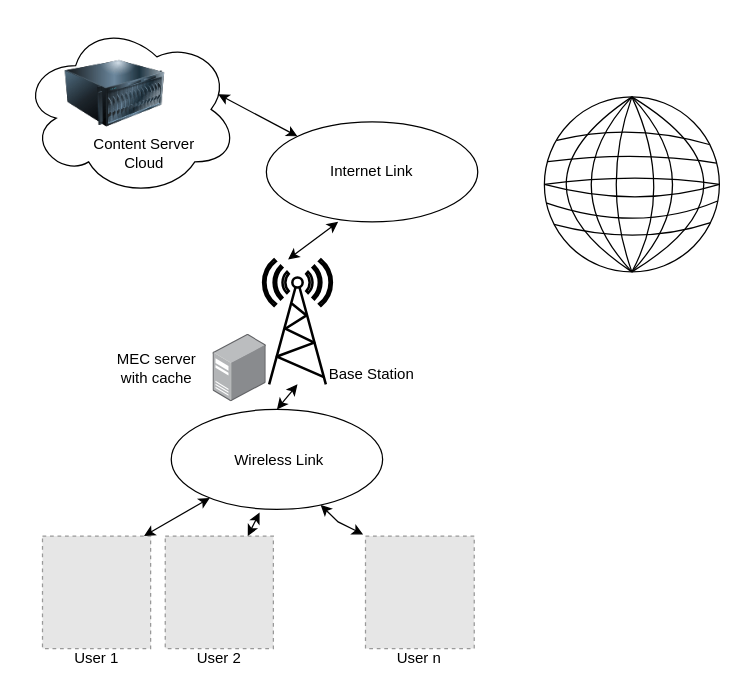
gughets/mrleo keeps this draw.io diagram as ICC2024.drawio. Above is the earlier version. Source tidied: cells renumbered, new cells numbered last; positions are measured from the earlier drawing's top-left corner, leaving out a move shared by most shapes. Both pictures are drawn from the tidied source at 125%, with x=0, y=0 at pixel (21, 21). Pictures stored in the file or linked from it are replaced by grey dashed boxes.
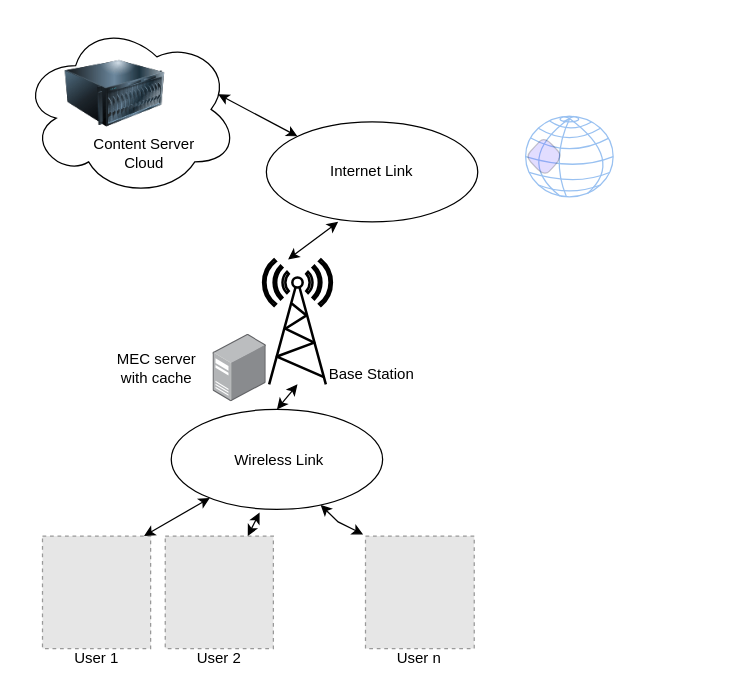
The same diagram, later.

What changed in the source:
```diff
@@
+    <mxCell id="38" style="ellipse;whiteSpace=wrap;html=1;strokeColor=#99C1F1;" parent="1" vertex="1">
+      <mxGeometry x="403" y="75.5" width="70" height="64.5" as="geometry" />
+    </mxCell>
@@
-    <mxCell id="25" style="ellipse;whiteSpace=wrap;html=1;rounded=0;" parent="1" vertex="1">
-      <mxGeometry x="418" y="60" width="140" height="140" as="geometry" />
-    </mxCell>
-    <mxCell id="26" style="endArrow=none;html=1;rounded=0;entryX=0.5;entryY=0;entryDx=0;entryDy=0;exitX=0.5;exitY=1;exitDx=0;exitDy=0;edgeStyle=orthogonalEdgeStyle;curved=1;" parent="1" edge="1" source="25" target="25">
-      <mxGeometry relative="1" as="geometry">
-        <Array as="points">
-          <mxPoint x="423" y="130" />
-        </Array>
-      </mxGeometry>
-    </mxCell>
-    <mxCell id="27" style="endArrow=none;html=1;rounded=0;entryX=0.5;entryY=1;entryDx=0;entryDy=0;exitX=0.5;exitY=0;exitDx=0;exitDy=0;elbow=vertical;edgeStyle=orthogonalEdgeStyle;curved=1;" parent="1" edge="1" source="25" target="25">
-      <mxGeometry relative="1" as="geometry">
-        <Array as="points">
-          <mxPoint x="383" y="130" />
-        </Array>
-      </mxGeometry>
-    </mxCell>
-    <mxCell id="28" style="endArrow=none;html=1;rounded=0;entryX=0.5;entryY=0;entryDx=0;entryDy=0;exitX=0.5;exitY=1;exitDx=0;exitDy=0;edgeStyle=orthogonalEdgeStyle;curved=1;" parent="1" edge="1" source="25" target="25">
-      <mxGeometry relative="1" as="geometry">
-        <Array as="points">
-          <mxPoint x="603" y="130" />
-        </Array>
-      </mxGeometry>
-    </mxCell>
-    <mxCell id="29" style="endArrow=none;html=1;entryX=0.5;entryY=0;entryDx=0;entryDy=0;exitX=0.5;exitY=1;exitDx=0;exitDy=0;curved=1;rounded=0;" parent="1" edge="1" source="25" target="25">
-      <mxGeometry relative="1" as="geometry">
-        <Array as="points">
-          <mxPoint x="553" y="130" />
-        </Array>
-      </mxGeometry>
-    </mxCell>
-    <mxCell id="30" style="endArrow=none;html=1;entryX=0.5;entryY=1;entryDx=0;entryDy=0;curved=1;exitX=0.5;exitY=0;exitDx=0;exitDy=0;" parent="1" edge="1" source="25" target="25">
-      <mxGeometry relative="1" as="geometry">
-        <Array as="points">
-          <mxPoint x="463" y="130" />
-        </Array>
-      </mxGeometry>
-    </mxCell>
-    <mxCell id="31" style="endArrow=none;html=1;entryX=0.5;entryY=1;entryDx=0;entryDy=0;curved=1;exitX=0.5;exitY=0;exitDx=0;exitDy=0;" parent="1" edge="1" source="25" target="25">
-      <mxGeometry relative="1" as="geometry">
-        <Array as="points">
-          <mxPoint x="523" y="135" />
-        </Array>
-      </mxGeometry>
-    </mxCell>
-    <mxCell id="32" style="endArrow=none;html=1;entryX=1;entryY=0.5;entryDx=0;entryDy=0;exitX=0;exitY=0.5;exitDx=0;exitDy=0;curved=1;" parent="1" edge="1" source="25" target="25">
-      <mxGeometry relative="1" as="geometry">
-        <Array as="points">
-          <mxPoint x="493" y="120" />
-        </Array>
-      </mxGeometry>
-    </mxCell>
-    <mxCell id="33" style="endArrow=none;html=1;entryX=1;entryY=0.5;entryDx=0;entryDy=0;exitX=0;exitY=0.5;exitDx=0;exitDy=0;curved=1;" parent="1" edge="1" source="25" target="25">
-      <mxGeometry relative="1" as="geometry">
-        <Array as="points">
-          <mxPoint x="493" y="150" />
-        </Array>
-      </mxGeometry>
-    </mxCell>
-    <mxCell id="34" style="endArrow=none;html=1;entryX=0.99;entryY=0.595;entryDx=0;entryDy=0;exitX=0.014;exitY=0.607;exitDx=0;exitDy=0;curved=1;exitPerimeter=0;entryPerimeter=0;" parent="1" edge="1" source="25" target="25">
-      <mxGeometry relative="1" as="geometry">
-        <Array as="points">
-          <mxPoint x="493" y="170" />
-        </Array>
-      </mxGeometry>
-    </mxCell>
-    <mxCell id="35" style="endArrow=none;html=1;entryX=0.95;entryY=0.719;entryDx=0;entryDy=0;curved=1;entryPerimeter=0;exitX=0.055;exitY=0.729;exitDx=0;exitDy=0;exitPerimeter=0;" parent="1" edge="1" source="25" target="25">
-      <mxGeometry relative="1" as="geometry">
-        <Array as="points">
-          <mxPoint x="493" y="180" />
-        </Array>
-      </mxGeometry>
-    </mxCell>
-    <mxCell id="36" style="endArrow=none;html=1;exitX=0.02;exitY=0.37;exitDx=0;exitDy=0;curved=1;entryX=0.983;entryY=0.379;entryDx=0;entryDy=0;entryPerimeter=0;exitPerimeter=0;" parent="1" edge="1" source="25" target="25">
-      <mxGeometry relative="1" as="geometry">
-        <Array as="points">
-          <mxPoint x="493" y="103" />
-        </Array>
-      </mxGeometry>
-    </mxCell>
-    <mxCell id="37" style="endArrow=none;html=1;exitX=0.071;exitY=0.248;exitDx=0;exitDy=0;curved=1;entryX=0.942;entryY=0.272;entryDx=0;entryDy=0;entryPerimeter=0;exitPerimeter=0;" parent="1" edge="1" source="25" target="25">
-      <mxGeometry relative="1" as="geometry">
-        <Array as="points">
-          <mxPoint x="488" y="80" />
-        </Array>
-      </mxGeometry>
-    </mxCell>
+    <mxCell id="39" style="endArrow=none;html=1;rounded=0;entryX=0.058;entryY=0.3;entryDx=0;entryDy=0;entryPerimeter=0;exitX=0.951;exitY=0.303;exitDx=0;exitDy=0;exitPerimeter=0;curved=1;strokeColor=#99C1F1;" parent="1" edge="1">
+      <mxGeometry relative="1" as="geometry">
+        <mxPoint x="469.6" y="93" as="sourcePoint" />
+        <mxPoint x="407.1" y="92.9" as="targetPoint" />
+        <Array as="points">
+          <mxPoint x="438" y="110" />
+        </Array>
+      </mxGeometry>
+    </mxCell>
+    <mxCell id="40" style="endArrow=none;html=1;rounded=0;entryX=0;entryY=0.5;entryDx=0;entryDy=0;exitX=1;exitY=0.5;exitDx=0;exitDy=0;curved=1;strokeColor=#99C1F1;" parent="1" edge="1">
+      <mxGeometry relative="1" as="geometry">
+        <mxPoint x="473" y="107.8" as="sourcePoint" />
+        <mxPoint x="403" y="107.8" as="targetPoint" />
+        <Array as="points">
+          <mxPoint x="443" y="120" />
+        </Array>
+      </mxGeometry>
+    </mxCell>
+    <mxCell id="41" style="endArrow=none;html=1;rounded=0;entryX=0.039;entryY=0.697;entryDx=0;entryDy=0;exitX=0.959;exitY=0.698;exitDx=0;exitDy=0;curved=1;entryPerimeter=0;exitPerimeter=0;strokeColor=#99C1F1;" parent="1" edge="1" source="38" target="38">
+      <mxGeometry relative="1" as="geometry">
+        <Array as="points">
+          <mxPoint x="443" y="132" />
+        </Array>
+      </mxGeometry>
+    </mxCell>
+    <mxCell id="42" style="endArrow=none;html=1;rounded=0;entryX=0;entryY=1;entryDx=0;entryDy=0;exitX=1;exitY=1;exitDx=0;exitDy=0;curved=1;strokeColor=#99C1F1;" parent="1" edge="1" source="38" target="38">
+      <mxGeometry relative="1" as="geometry">
+        <Array as="points">
+          <mxPoint x="438" y="140" />
+        </Array>
+      </mxGeometry>
+    </mxCell>
+    <mxCell id="43" style="endArrow=none;html=1;rounded=0;entryX=0;entryY=0;entryDx=0;entryDy=0;exitX=1;exitY=0;exitDx=0;exitDy=0;curved=1;strokeColor=#99C1F1;" parent="1" edge="1" source="38" target="38">
+      <mxGeometry relative="1" as="geometry">
+        <Array as="points">
+          <mxPoint x="438" y="100" />
+        </Array>
+      </mxGeometry>
+    </mxCell>
+    <mxCell id="44" style="endArrow=none;html=1;rounded=0;entryX=0.275;entryY=0.06;entryDx=0;entryDy=0;entryPerimeter=0;exitX=0.753;exitY=0.072;exitDx=0;exitDy=0;exitPerimeter=0;curved=1;strokeColor=#99C1F1;" parent="1" edge="1" source="38" target="38">
+      <mxGeometry relative="1" as="geometry">
+        <Array as="points">
+          <mxPoint x="438" y="90" />
+        </Array>
+      </mxGeometry>
+    </mxCell>
+    <mxCell id="45" style="ellipse;whiteSpace=wrap;html=1;strokeColor=#99C1F1;" parent="1" vertex="1">
+      <mxGeometry x="430.5" y="75.5" width="15" height="4.5" as="geometry" />
+    </mxCell>
+    <mxCell id="46" style="endArrow=none;html=1;rounded=0;entryX=0.503;entryY=0.393;entryDx=0;entryDy=0;exitX=0.708;exitY=0.957;exitDx=0;exitDy=0;curved=1;entryPerimeter=0;exitPerimeter=0;strokeColor=#99C1F1;" parent="1" edge="1" source="38" target="45">
+      <mxGeometry relative="1" as="geometry">
+        <Array as="points">
+          <mxPoint x="483" y="110" />
+        </Array>
+      </mxGeometry>
+    </mxCell>
+    <mxCell id="47" style="endArrow=none;html=1;rounded=0;entryX=0.518;entryY=0.349;entryDx=0;entryDy=0;exitX=0.393;exitY=0.99;exitDx=0;exitDy=0;curved=1;entryPerimeter=0;exitPerimeter=0;strokeColor=#99C1F1;" parent="1" edge="1" source="38" target="45">
+      <mxGeometry relative="1" as="geometry">
+        <Array as="points">
+          <mxPoint x="393" y="110" />
+        </Array>
+      </mxGeometry>
+    </mxCell>
+    <mxCell id="48" style="endArrow=none;html=1;rounded=0;entryX=0.506;entryY=0.504;entryDx=0;entryDy=0;entryPerimeter=0;exitX=0.466;exitY=0.998;exitDx=0;exitDy=0;exitPerimeter=0;curved=1;strokeColor=#99C1F1;" parent="1" edge="1" source="38" target="45">
+      <mxGeometry relative="1" as="geometry">
+        <Array as="points">
+          <mxPoint x="423" y="110" />
+        </Array>
+      </mxGeometry>
+    </mxCell>
+    <mxCell id="49" style="endArrow=none;html=1;rounded=0;exitX=0.512;exitY=0.401;exitDx=0;exitDy=0;exitPerimeter=0;entryX=0.167;entryY=1;entryDx=0;entryDy=0;entryPerimeter=0;strokeColor=#99C1F1;" parent="1" edge="1" source="45" target="45">
+      <mxGeometry relative="1" as="geometry" />
+    </mxCell>
+    <mxCell id="50" style="endArrow=none;html=1;rounded=0;exitX=0.478;exitY=0.389;exitDx=0;exitDy=0;exitPerimeter=0;entryX=0.736;entryY=0.028;entryDx=0;entryDy=0;entryPerimeter=0;strokeColor=#99C1F1;" parent="1" edge="1" source="45" target="45">
+      <mxGeometry relative="1" as="geometry" />
+    </mxCell>
+    <mxCell id="51" style="endArrow=none;html=1;rounded=0;entryX=0.497;entryY=0.34;entryDx=0;entryDy=0;entryPerimeter=0;exitX=0.23;exitY=0.066;exitDx=0;exitDy=0;strokeColor=#99C1F1;exitPerimeter=0;" parent="1" edge="1" source="45" target="45">
+      <mxGeometry relative="1" as="geometry" />
+    </mxCell>
+    <mxCell id="52" style="shape=hexagon;perimeter=hexagonPerimeter2;whiteSpace=wrap;html=1;fixedSize=1;rounded=1;shadow=0;opacity=20;fillStyle=auto;fillColor=#7154FF;" parent="1" vertex="1">
+      <mxGeometry x="403" y="91.6" width="30" height="32.2" as="geometry" />
+    </mxCell>
```
